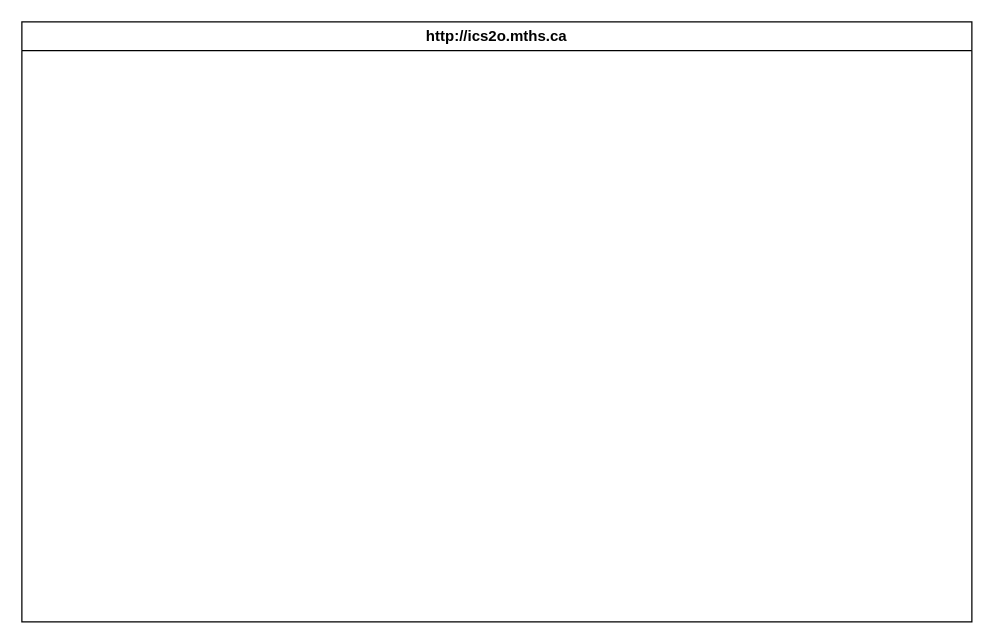
Earlier version of the draw.io diagram design/storyboard.drawio (MTHS-ICD2O-1-2023/ICD2O-Unit-5-01-Adam-Batiuk). Source tidied: cells renumbered, new cells numbered last; positions are measured from the earlier drawing's top-left corner, leaving out a move shared by most shapes. Both pictures are drawn from the tidied source at 125%, with x=0, y=0 at pixel (21, 21).
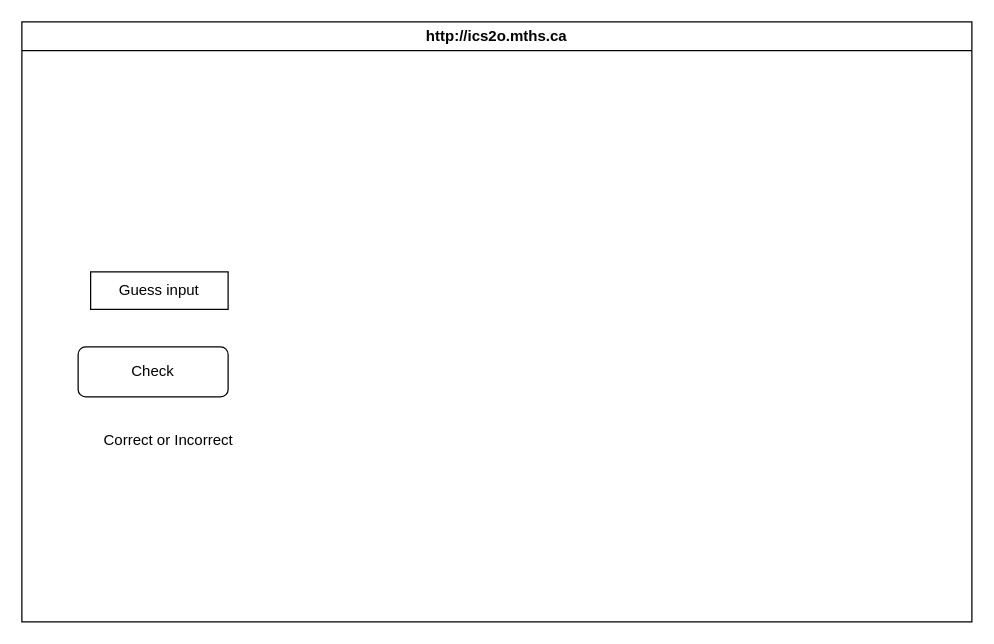
The same page after the edit.

Diff of the diagram source:
```diff
@@
 <mxGraphModel>
   <root>
     <mxCell id="0" />
     <mxCell id="1" parent="0" />
     <mxCell id="2" value="http://ics2o.mths.ca" style="swimlane;whiteSpace=wrap;html=1;" parent="1" vertex="1">
       <mxGeometry width="760" height="480" as="geometry" />
     </mxCell>
+    <mxCell id="3" value="Guess input" style="rounded=0;whiteSpace=wrap;html=1;" parent="2" vertex="1">
+      <mxGeometry x="55" y="200" width="110" height="30" as="geometry" />
+    </mxCell>
+    <mxCell id="4" value="Check" style="rounded=1;whiteSpace=wrap;html=1;" parent="2" vertex="1">
+      <mxGeometry x="45" y="260" width="120" height="40" as="geometry" />
+    </mxCell>
+    <mxCell id="5" value="Correct or Incorrect" style="text;html=1;strokeColor=none;fillColor=none;align=center;verticalAlign=middle;whiteSpace=wrap;rounded=0;" parent="2" vertex="1">
+      <mxGeometry x="45" y="320" width="145" height="30" as="geometry" />
+    </mxCell>
   </root>
 </mxGraphModel>
```
